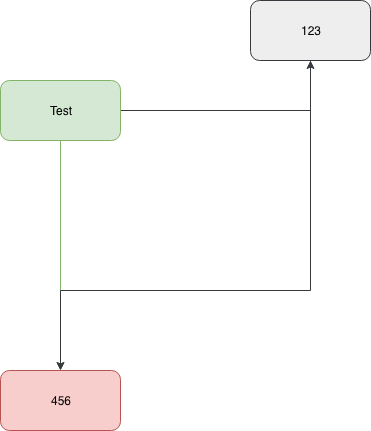
Above: test2.png in alderg/sandbox (draw.io), before the change. Source tidied: cells renumbered, new cells last; positions are measured from the earlier drawing's top-left corner, leaving out a move shared by most shapes.
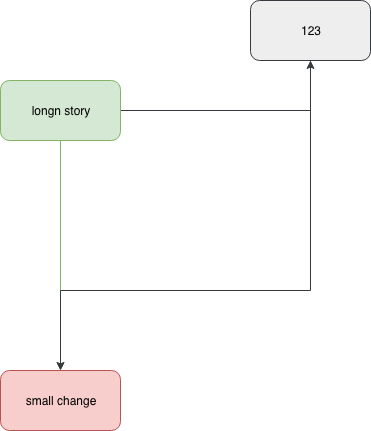
The same diagram one commit later.

What changed in the source:
```diff
@@ -8,7 +8,7 @@
     <mxCell id="3" style="edgeStyle=orthogonalEdgeStyle;rounded=0;html=1;jettySize=auto;fillColor=#eeeeee;strokeColor=#36393d;" parent="1" edge="1" source="4" target="6">
       <mxGeometry relative="1" as="geometry" />
     </mxCell>
-    <mxCell id="4" value="Test" style="rounded=1;whiteSpace=wrap;html=1;fillColor=#d5e8d4;strokeColor=#82b366;" parent="1" vertex="1">
+    <mxCell id="4" value="longn story" style="rounded=1;whiteSpace=wrap;html=1;fillColor=#d5e8d4;strokeColor=#82b366;" parent="1" vertex="1">
       <mxGeometry y="80" width="120" height="60" as="geometry" />
     </mxCell>
     <mxCell id="5" style="edgeStyle=orthogonalEdgeStyle;rounded=0;html=1;jettySize=auto;fillColor=#eeeeee;strokeColor=#36393d;" parent="1" edge="1" source="6" target="7">
@@ -21,7 +21,7 @@
     <mxCell id="6" value="123" style="rounded=1;whiteSpace=wrap;html=1;fillColor=#eeeeee;strokeColor=#36393d;" parent="1" vertex="1">
       <mxGeometry x="250" width="120" height="60" as="geometry" />
     </mxCell>
-    <mxCell id="7" value="456" style="rounded=1;whiteSpace=wrap;html=1;fillColor=#f8cecc;strokeColor=#b85450;" parent="1" vertex="1">
+    <mxCell id="7" value="small change" style="rounded=1;whiteSpace=wrap;html=1;fillColor=#f8cecc;strokeColor=#b85450;" parent="1" vertex="1">
       <mxGeometry y="370" width="120" height="60" as="geometry" />
     </mxCell>
   </root>
```
